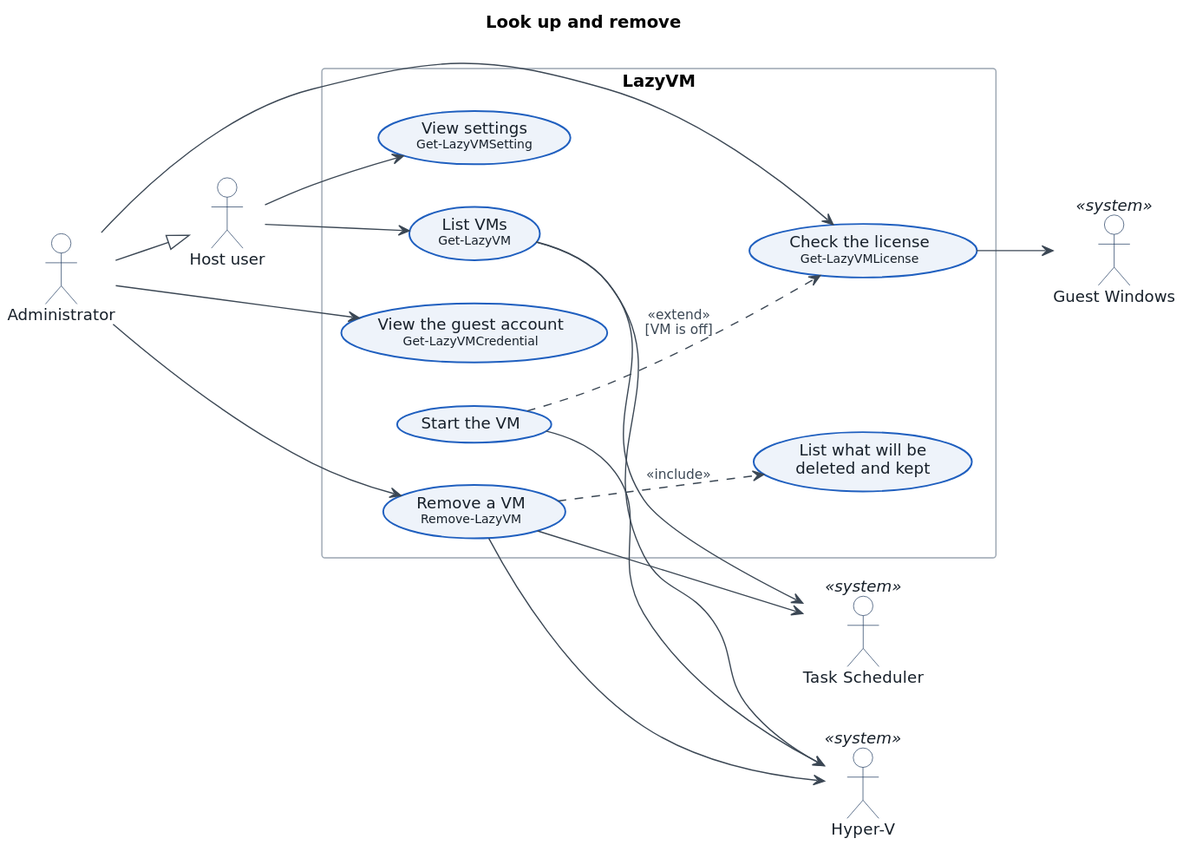
downerboy/LazyVM keeps this PlantUML diagram as docs/use-cases/08-lookup-remove.svg. Above is the earlier version.
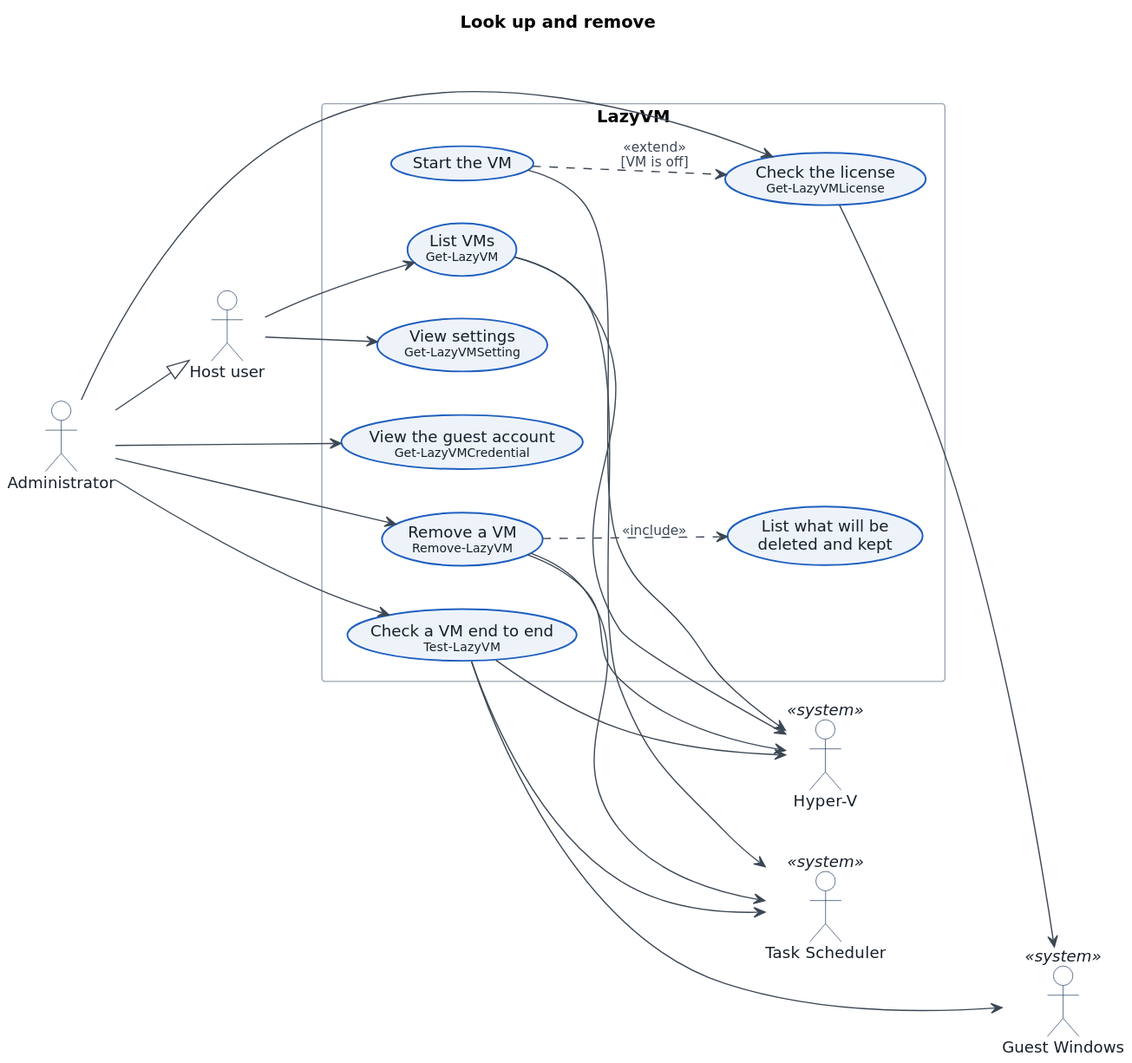
The same diagram one commit later.

Diff of the diagram source:
```diff
@@ -6,11 +6,12 @@
 actor "Administrator" as Admin
 Admin --|> User
 
-rectangle "Massokissed.LazyVM" {
+rectangle "LazyVM" {
   usecase "List VMs\n<size:10>Get-LazyVM</size>" as List
   usecase "View settings\n<size:10>Get-LazyVMSetting</size>" as Set
   usecase "View the guest account\n<size:10>Get-LazyVMCredential</size>" as CredV
-  usecase "Check the licence\n<size:10>Get-LazyVMLicense</size>" as Lic
+  usecase "Check the license\n<size:10>Get-LazyVMLicense</size>" as Lic
+  usecase "Check a VM end to end\n<size:10>Test-LazyVM</size>" as Test
   usecase "Start the VM" as Start
   usecase "Remove a VM\n<size:10>Remove-LazyVM</size>" as Rem
   usecase "List what will be\ndeleted and kept" as Plan
@@ -24,6 +25,7 @@
 User --> Set
 Admin --> CredV
 Admin --> Lic
+Admin --> Test
 Admin --> Rem
 
 Start ..> Lic : <<extend>>\n[VM is off]
@@ -32,6 +34,9 @@
 List --> HV
 List --> TS
 Lic --> Guest
+Test --> HV
+Test --> TS
+Test --> Guest
 Start --> HV
 Rem --> HV
 Rem --> TS
```
